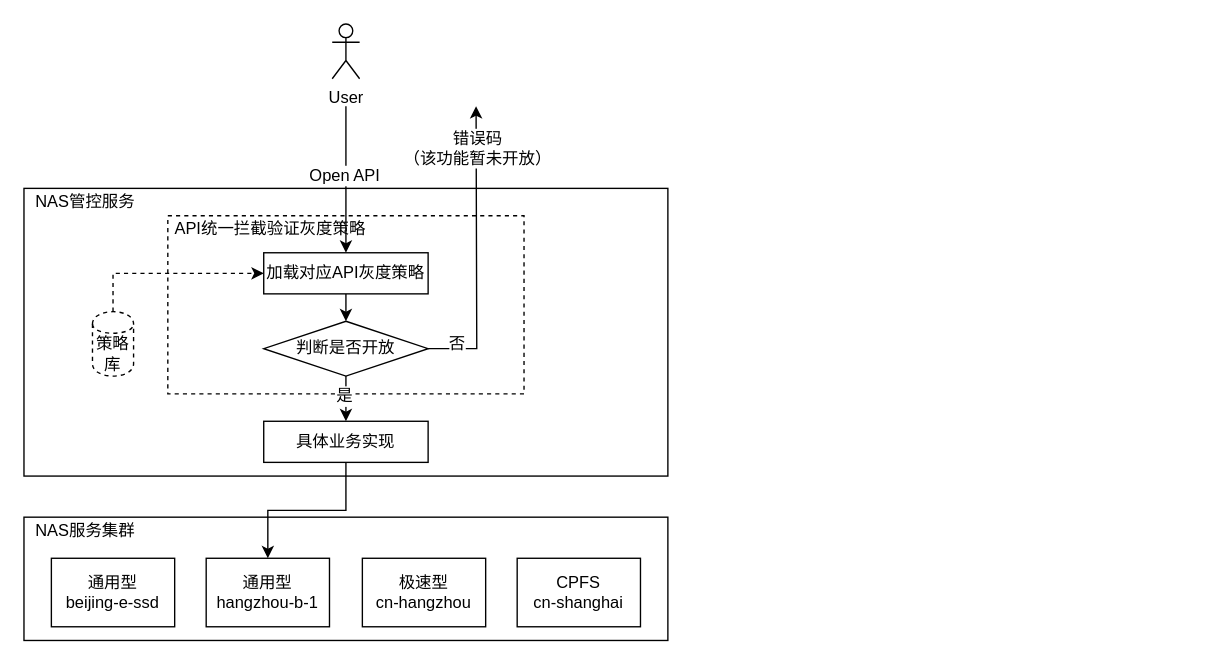
This is NAS管控灰度控制.drawio from guhanjie/draws, a draw.io file, before an edit. Source tidied: cells renumbered, new cells numbered last; positions are measured from the earlier drawing's top-left corner, leaving out a move shared by most shapes. Both pictures are drawn from the tidied source at 137%, with x=0, y=0 at pixel (23, 23).
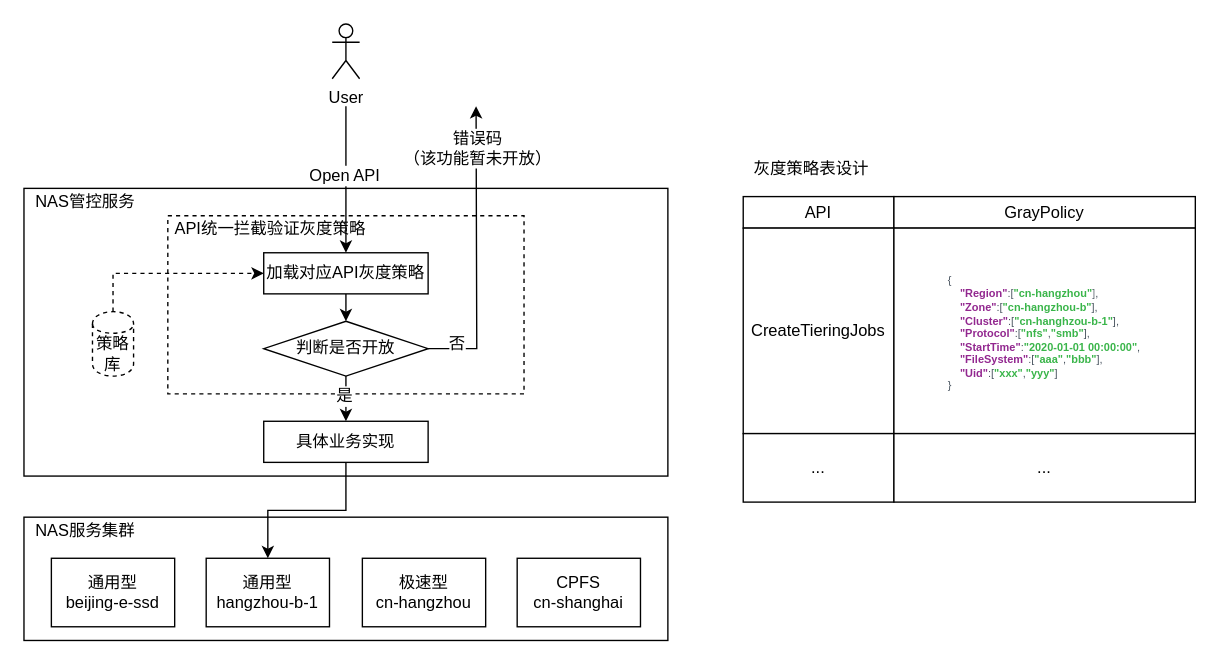
Above is the later version.

Commit message:
更新NAS管控灰度控制.drawio

Diff of the diagram source:
```diff
@@
+    <mxCell id="27" style="group;" parent="1" vertex="1">
+      <mxGeometry x="525" y="126" width="330" height="223" as="geometry" />
+    </mxCell>
+    <mxCell id="28" value="API" style="rounded=0;whiteSpace=wrap;html=1;" parent="27" vertex="1">
+      <mxGeometry width="110" height="23" as="geometry" />
+    </mxCell>
+    <mxCell id="29" value="GrayPolicy" style="rounded=0;whiteSpace=wrap;html=1;" parent="27" vertex="1">
+      <mxGeometry x="110" width="220" height="23" as="geometry" />
+    </mxCell>
+    <mxCell id="30" value="CreateTieringJobs" style="rounded=0;whiteSpace=wrap;html=1;" parent="27" vertex="1">
+      <mxGeometry y="23" width="110" height="150" as="geometry" />
+    </mxCell>
+    <mxCell id="31" value="&lt;div style=&quot;text-align: left&quot;&gt;&lt;span style=&quot;background-color: rgb(255 , 255 , 255) ; color: rgb(74 , 85 , 96) ; white-space: pre-line ; font-size: 8px&quot;&gt;{&lt;/span&gt;&lt;/div&gt;&lt;font style=&quot;font-size: 8px&quot;&gt;&lt;div style=&quot;text-align: left&quot;&gt;&lt;span style=&quot;color: rgb(74 , 85 , 96) ; white-space: pre-line ; background-color: rgb(255 , 255 , 255)&quot;&gt;&amp;nbsp; &amp;nbsp;&amp;nbsp;&lt;/span&gt;&lt;span class=&quot;json_key&quot; style=&quot;box-sizing: border-box ; color: rgb(146 , 39 , 143) ; font-weight: bold ; white-space: pre-line ; background-color: rgb(255 , 255 , 255)&quot;&gt;&quot;Region&quot;&lt;/span&gt;&lt;span style=&quot;color: rgb(74 , 85 , 96) ; white-space: pre-line ; background-color: rgb(255 , 255 , 255)&quot;&gt;:&lt;/span&gt;&lt;span style=&quot;box-sizing: border-box ; color: rgb(74 , 85 , 96) ; white-space: pre-line ; background-color: rgb(255 , 255 , 255)&quot;&gt;&lt;span class=&quot;fa fa-minus-square-o&quot; style=&quot;box-sizing: border-box ; display: inline-block ; font-stretch: normal ; line-height: 1 ; font-family: &amp;#34;fontawesome&amp;#34; ; cursor: pointer&quot;&gt;&lt;/span&gt;[&lt;/span&gt;&lt;span class=&quot;json_string&quot; style=&quot;background-color: rgb(255 , 255 , 255) ; white-space: pre-line ; box-sizing: border-box ; color: rgb(58 , 181 , 74) ; font-weight: bold&quot;&gt;&quot;cn-hangzhou&quot;&lt;/span&gt;&lt;span style=&quot;background-color: rgb(255 , 255 , 255) ; color: rgb(74 , 85 , 96) ; white-space: pre-line ; box-sizing: border-box&quot;&gt;]&lt;/span&gt;&lt;span style=&quot;background-color: rgb(255 , 255 , 255) ; color: rgb(74 , 85 , 96) ; white-space: pre-line&quot;&gt;,&lt;/span&gt;&lt;/div&gt;&lt;span style=&quot;color: rgb(74 , 85 , 96) ; font-family: &amp;#34;menlo&amp;#34; , monospace , &amp;#34;tahoma&amp;#34; , , ; white-space: pre-line ; background-color: rgb(255 , 255 , 255)&quot;&gt;&lt;div style=&quot;text-align: left&quot;&gt;&amp;nbsp; &amp;nbsp;&amp;nbsp;&lt;span class=&quot;json_key&quot; style=&quot;box-sizing: border-box ; color: rgb(146 , 39 , 143) ; font-weight: bold&quot;&gt;&quot;Zone&quot;&lt;/span&gt;:&lt;span style=&quot;box-sizing: border-box&quot;&gt;&lt;span class=&quot;fa fa-minus-square-o&quot; style=&quot;box-sizing: border-box ; display: inline-block ; font-stretch: normal ; line-height: 1 ; font-family: &amp;#34;fontawesome&amp;#34; ; cursor: pointer&quot;&gt;&lt;/span&gt;[&lt;/span&gt;&lt;span style=&quot;color: rgb(58 , 181 , 74) ; font-weight: bold&quot;&gt;&quot;cn-hangzhou-b&quot;&lt;/span&gt;&lt;span style=&quot;box-sizing: border-box&quot;&gt;]&lt;/span&gt;,&lt;/div&gt;&lt;/span&gt;&lt;span style=&quot;color: rgb(74 , 85 , 96) ; font-family: &amp;#34;menlo&amp;#34; , monospace , &amp;#34;tahoma&amp;#34; , , ; white-space: pre-line ; background-color: rgb(255 , 255 , 255)&quot;&gt;&lt;div style=&quot;text-align: left&quot;&gt;&amp;nbsp; &amp;nbsp;&amp;nbsp;&lt;span class=&quot;json_key&quot; style=&quot;box-sizing: border-box ; color: rgb(146 , 39 , 143) ; font-weight: bold&quot;&gt;&quot;Cluster&quot;&lt;/span&gt;:&lt;span style=&quot;box-sizing: border-box&quot;&gt;&lt;span class=&quot;fa fa-minus-square-o&quot; style=&quot;box-sizing: border-box ; display: inline-block ; font-stretch: normal ; line-height: 1 ; font-family: &amp;#34;fontawesome&amp;#34; ; cursor: pointer&quot;&gt;&lt;/span&gt;[&lt;/span&gt;&lt;span style=&quot;color: rgb(58 , 181 , 74) ; font-weight: bold&quot;&gt;&quot;cn-hanghzou-b-1&quot;&lt;/span&gt;&lt;span style=&quot;box-sizing: border-box&quot;&gt;]&lt;/span&gt;,&lt;/div&gt;&lt;/span&gt;&lt;span style=&quot;color: rgb(74 , 85 , 96) ; font-family: &amp;#34;menlo&amp;#34; , monospace , &amp;#34;tahoma&amp;#34; , , ; white-space: pre-line ; background-color: rgb(255 , 255 , 255)&quot;&gt;&lt;div style=&quot;text-align: left&quot;&gt;&amp;nbsp; &amp;nbsp;&amp;nbsp;&lt;span class=&quot;json_key&quot; style=&quot;box-sizing: border-box ; color: rgb(146 , 39 , 143) ; font-weight: bold&quot;&gt;&quot;Protocol&quot;&lt;/span&gt;:&lt;span style=&quot;box-sizing: border-box&quot;&gt;&lt;span class=&quot;fa fa-minus-square-o&quot; style=&quot;box-sizing: border-box ; display: inline-block ; font-stretch: normal ; line-height: 1 ; font-family: &amp;#34;fontawesome&amp;#34; ; cursor: pointer&quot;&gt;&lt;/span&gt;[&lt;span class=&quot;json_string&quot; style=&quot;box-sizing: border-box ; color: rgb(58 , 181 , 74) ; font-weight: bold&quot;&gt;&quot;nfs&quot;&lt;/span&gt;,&lt;span class=&quot;json_string&quot; style=&quot;box-sizing: border-box ; color: rgb(58 , 181 , 74) ; font-weight: bold&quot;&gt;&quot;smb&quot;&lt;/span&gt;]&lt;/span&gt;,&lt;/div&gt;&lt;/span&gt;&lt;span class=&quot;json_key&quot; style=&quot;box-sizing: border-box ; color: rgb(146 , 39 , 143) ; font-weight: bold ; font-family: &amp;#34;menlo&amp;#34; , monospace , &amp;#34;tahoma&amp;#34; , , ; white-space: pre-line ; background-color: rgb(255 , 255 , 255)&quot;&gt;&lt;div style=&quot;text-align: left&quot;&gt;&lt;span class=&quot;json_key&quot; style=&quot;box-sizing: border-box&quot;&gt;&amp;nbsp; &amp;nbsp; &quot;StartTime&quot;&lt;/span&gt;&lt;span style=&quot;font-weight: normal ; color: rgb(74 , 85 , 96)&quot;&gt;:&lt;/span&gt;&lt;span class=&quot;json_string&quot; style=&quot;box-sizing: border-box ; color: rgb(58 , 181 , 74)&quot;&gt;&quot;2020-01-01&amp;nbsp;00:00:00&quot;&lt;/span&gt;&lt;span style=&quot;font-weight: normal ; color: rgb(74 , 85 , 96)&quot;&gt;,&lt;/span&gt;&lt;/div&gt;&lt;/span&gt;&lt;span style=&quot;color: rgb(74 , 85 , 96) ; font-family: &amp;#34;menlo&amp;#34; , monospace , &amp;#34;tahoma&amp;#34; , , ; white-space: pre-line ; background-color: rgb(255 , 255 , 255)&quot;&gt;&lt;div style=&quot;text-align: left&quot;&gt;&amp;nbsp; &amp;nbsp;&amp;nbsp;&lt;span class=&quot;json_key&quot; style=&quot;box-sizing: border-box ; color: rgb(146 , 39 , 143) ; font-weight: bold&quot;&gt;&quot;FileSystem&quot;&lt;/span&gt;:&lt;span style=&quot;box-sizing: border-box&quot;&gt;&lt;span class=&quot;fa fa-minus-square-o&quot; style=&quot;box-sizing: border-box ; display: inline-block ; font-stretch: normal ; line-height: 1 ; font-family: &amp;#34;fontawesome&amp;#34; ; cursor: pointer&quot;&gt;&lt;/span&gt;[&lt;/span&gt;&lt;span class=&quot;json_string&quot; style=&quot;box-sizing: border-box ; color: rgb(58 , 181 , 74) ; font-weight: bold&quot;&gt;&quot;aaa&quot;&lt;/span&gt;,&lt;span style=&quot;color: rgb(58 , 181 , 74) ; font-weight: bold&quot;&gt;&quot;bbb&quot;&lt;/span&gt;&lt;span style=&quot;box-sizing: border-box&quot;&gt;]&lt;/span&gt;,&lt;/div&gt;&lt;/span&gt;&lt;span style=&quot;color: rgb(74 , 85 , 96) ; font-family: &amp;#34;menlo&amp;#34; , monospace , &amp;#34;tahoma&amp;#34; , , ; white-space: pre-line ; background-color: rgb(255 , 255 , 255)&quot;&gt;&lt;div style=&quot;text-align: left&quot;&gt;&amp;nbsp; &amp;nbsp;&amp;nbsp;&lt;span class=&quot;json_key&quot; style=&quot;box-sizing: border-box ; color: rgb(146 , 39 , 143) ; font-weight: bold&quot;&gt;&quot;Uid&quot;&lt;/span&gt;:&lt;span style=&quot;box-sizing: border-box&quot;&gt;&lt;span class=&quot;fa fa-minus-square-o&quot; style=&quot;box-sizing: border-box ; display: inline-block ; font-stretch: normal ; line-height: 1 ; font-family: &amp;#34;fontawesome&amp;#34; ; cursor: pointer&quot;&gt;&lt;/span&gt;[&lt;/span&gt;&lt;span class=&quot;json_string&quot; style=&quot;box-sizing: border-box ; color: rgb(58 , 181 , 74) ; font-weight: bold&quot;&gt;&quot;xxx&quot;&lt;/span&gt;,&lt;span style=&quot;color: rgb(58 , 181 , 74) ; font-weight: bold&quot;&gt;&quot;yyy&quot;&lt;/span&gt;]&lt;/div&gt;&lt;/span&gt;&lt;span style=&quot;color: rgb(74 , 85 , 96) ; font-family: &amp;#34;menlo&amp;#34; , monospace , &amp;#34;tahoma&amp;#34; , , ; white-space: pre-line ; background-color: rgb(255 , 255 , 255)&quot;&gt;&lt;div style=&quot;text-align: left&quot;&gt;}&lt;br&gt;&lt;/div&gt;&lt;/span&gt;&lt;/font&gt;" style="rounded=0;whiteSpace=wrap;html=1;" parent="27" vertex="1">
+      <mxGeometry x="110" y="23" width="220" height="150" as="geometry" />
+    </mxCell>
+    <mxCell id="32" value="..." style="rounded=0;whiteSpace=wrap;html=1;" parent="27" vertex="1">
+      <mxGeometry y="173" width="110" height="50" as="geometry" />
+    </mxCell>
+    <mxCell id="33" value="..." style="rounded=0;whiteSpace=wrap;html=1;" parent="27" vertex="1">
+      <mxGeometry x="110" y="173" width="220" height="50" as="geometry" />
+    </mxCell>
+    <mxCell id="34" value="灰度策略表设计" style="text;html=1;strokeColor=none;fillColor=none;align=center;verticalAlign=middle;whiteSpace=wrap;rounded=0;" parent="1" vertex="1">
+      <mxGeometry x="525" y="96" width="100" height="20" as="geometry" />
+    </mxCell>
```
